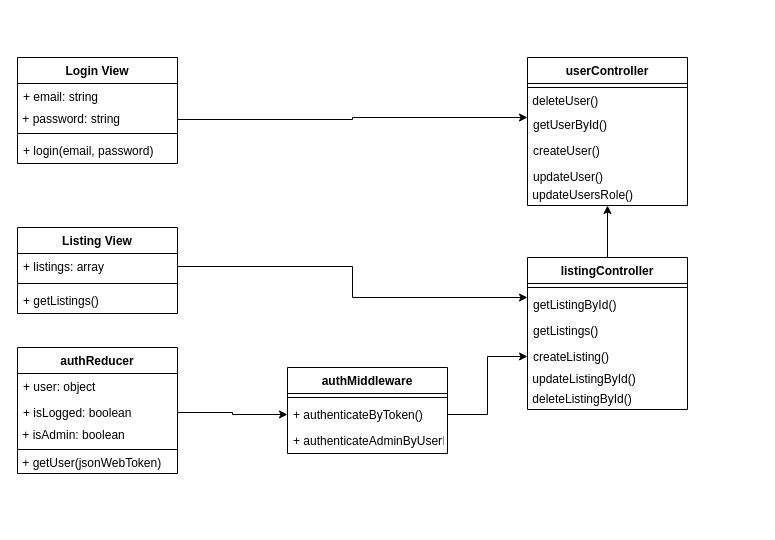
Earlier version of the draw.io diagram PSI_class_diagram.drawio (vortex200/tutor-finder-files). Source tidied: cells renumbered, new cells numbered last; positions are measured from the earlier drawing's top-left corner, leaving out a move shared by most shapes. Both pictures are drawn from the tidied source at 100%, with x=0, y=0 at pixel (17, 57).
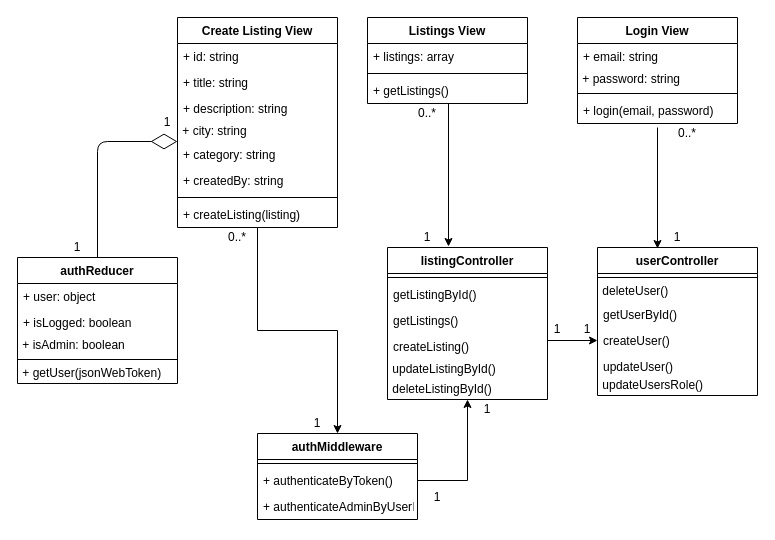
The same diagram, later.

Unchanged cells that the change refers to:
```xml
<mxCell id="4" value="&amp;nbsp;+ password: string" style="text;html=1;strokeColor=none;fillColor=none;align=left;verticalAlign=middle;whiteSpace=wrap;rounded=0;" parent="2" vertex="1">
  <mxGeometry y="52" width="160" height="20" as="geometry" />
</mxCell>
<mxCell id="8" value="+ listings: array" style="text;strokeColor=none;fillColor=none;align=left;verticalAlign=top;spacingLeft=4;spacingRight=4;overflow=hidden;points=[[0,0.5],[1,0.5]];portConstraint=eastwest;" parent="7" vertex="1">
  <mxGeometry y="26" width="160" height="26" as="geometry" />
</mxCell>
<mxCell id="10" value="+ getListings()" style="text;strokeColor=none;fillColor=none;align=left;verticalAlign=top;spacingLeft=4;spacingRight=4;overflow=hidden;points=[[0,0.5],[1,0.5]];portConstraint=eastwest;" parent="7" vertex="1">
  <mxGeometry y="60" width="160" height="26" as="geometry" />
</mxCell>
<mxCell id="13" value="+ isLogged: boolean" style="text;align=left;verticalAlign=top;spacingLeft=4;spacingRight=4;overflow=hidden;points=[[0,0.5],[1,0.5]];portConstraint=eastwest;rounded=0;shadow=0;html=0;" parent="11" vertex="1">
  <mxGeometry y="52" width="160" height="26" as="geometry" />
</mxCell>
<mxCell id="19" value="+ authenticateByToken()" style="text;strokeColor=none;fillColor=none;align=left;verticalAlign=top;spacingLeft=4;spacingRight=4;overflow=hidden;points=[[0,0.5],[1,0.5]];portConstraint=eastwest;" parent="17" vertex="1">
  <mxGeometry y="34" width="160" height="26" as="geometry" />
</mxCell>
<mxCell id="24" value="getUserById()" style="text;align=left;verticalAlign=top;spacingLeft=4;spacingRight=4;overflow=hidden;points=[[0,0.5],[1,0.5]];portConstraint=eastwest;" parent="21" vertex="1">
  <mxGeometry y="54" width="160" height="26" as="geometry" />
</mxCell>
<mxCell id="25" value="createUser()" style="text;align=left;verticalAlign=top;spacingLeft=4;spacingRight=4;overflow=hidden;points=[[0,0.5],[1,0.5]];portConstraint=eastwest;rounded=0;shadow=0;html=0;" parent="21" vertex="1">
  <mxGeometry y="80" width="160" height="26" as="geometry" />
</mxCell>
<mxCell id="27" value="&amp;nbsp;updateUsersRole()" style="text;html=1;strokeColor=none;fillColor=none;align=left;verticalAlign=middle;whiteSpace=wrap;rounded=0;" parent="21" vertex="1">
  <mxGeometry y="128" width="160" height="20" as="geometry" />
</mxCell>
<mxCell id="31" value="getListingById()" style="text;strokeColor=none;fillColor=none;align=left;verticalAlign=top;spacingLeft=4;spacingRight=4;overflow=hidden;points=[[0,0.5],[1,0.5]];portConstraint=eastwest;" parent="29" vertex="1">
  <mxGeometry y="34" width="160" height="26" as="geometry" />
</mxCell>
<mxCell id="33" value="createListing()" style="text;strokeColor=none;fillColor=none;align=left;verticalAlign=top;spacingLeft=4;spacingRight=4;overflow=hidden;points=[[0,0.5],[1,0.5]];portConstraint=eastwest;" parent="29" vertex="1">
  <mxGeometry y="86" width="160" height="26" as="geometry" />
</mxCell>
<mxCell id="35" value="&amp;nbsp;deleteListingById()" style="text;html=1;strokeColor=none;fillColor=none;align=left;verticalAlign=middle;whiteSpace=wrap;rounded=0;" parent="29" vertex="1">
  <mxGeometry y="132" width="160" height="20" as="geometry" />
</mxCell>
```

Change to the diagram source:
```diff
@@
     <mxCell id="2" value="Login View" style="swimlane;fontStyle=1;align=center;verticalAlign=top;horizontal=1;startSize=26;" parent="1" vertex="1">
-      <mxGeometry width="160" height="106" as="geometry" />
+      <mxGeometry x="560" y="-40" width="160" height="106" as="geometry" />
     </mxCell>
@@
-    <mxCell id="7" value="Listing View" style="swimlane;fontStyle=1;align=center;verticalAlign=top;horizontal=1;startSize=26;" parent="1" vertex="1">
-      <mxGeometry y="170" width="160" height="86" as="geometry" />
+    <mxCell id="7" value="Listings View" style="swimlane;fontStyle=1;align=center;verticalAlign=top;horizontal=1;startSize=26;" parent="1" vertex="1">
+      <mxGeometry x="350" y="-40" width="160" height="86" as="geometry" />
     </mxCell>
@@
     <mxCell id="11" value="authReducer" style="swimlane;fontStyle=1;align=center;verticalAlign=top;horizontal=1;startSize=26;" parent="1" vertex="1">
-      <mxGeometry y="290" width="160" height="126" as="geometry" />
+      <mxGeometry y="200" width="160" height="126" as="geometry" />
     </mxCell>
@@
     <mxCell id="17" value="authMiddleware" style="swimlane;fontStyle=1;align=center;verticalAlign=top;horizontal=1;startSize=26;" parent="1" vertex="1">
-      <mxGeometry x="270" y="310" width="160" height="86" as="geometry" />
+      <mxGeometry x="240" y="376" width="160" height="86" as="geometry" />
     </mxCell>
@@
     <mxCell id="21" value="userController" style="swimlane;fontStyle=1;align=center;verticalAlign=top;horizontal=1;startSize=26;" parent="1" vertex="1">
-      <mxGeometry x="510" width="160" height="148" as="geometry" />
+      <mxGeometry x="580" y="190" width="160" height="148" as="geometry" />
     </mxCell>
@@
-    <mxCell id="28" style="edgeStyle=orthogonalEdgeStyle;rounded=0;jettySize=auto;html=1;entryX=0.5;entryY=1;entryDx=0;entryDy=0;" parent="1" edge="1" source="29" target="27">
-      <mxGeometry relative="1" as="geometry" />
-    </mxCell>
     <mxCell id="29" value="listingController" style="swimlane;fontStyle=1;align=center;verticalAlign=top;horizontal=1;startSize=26;" parent="1" vertex="1">
-      <mxGeometry x="510" y="200" width="160" height="152" as="geometry" />
+      <mxGeometry x="370" y="190" width="160" height="152" as="geometry" />
     </mxCell>
@@
-    <mxCell id="36" style="edgeStyle=orthogonalEdgeStyle;rounded=0;jettySize=auto;html=1;entryX=0;entryY=0.231;entryDx=0;entryDy=0;entryPerimeter=0;" parent="1" edge="1" source="4" target="24">
-      <mxGeometry relative="1" as="geometry" />
+    <mxCell id="36" style="edgeStyle=orthogonalEdgeStyle;rounded=0;orthogonalLoop=1;jettySize=auto;html=1;" parent="1" edge="1">
+      <mxGeometry relative="1" as="geometry">
+        <mxPoint x="640" y="70" as="sourcePoint" />
+        <mxPoint x="640" y="191" as="targetPoint" />
+      </mxGeometry>
     </mxCell>
-    <mxCell id="37" style="edgeStyle=orthogonalEdgeStyle;rounded=0;jettySize=auto;html=1;entryX=0;entryY=0.231;entryDx=0;entryDy=0;entryPerimeter=0;" parent="1" edge="1" source="8" target="31">
-      <mxGeometry relative="1" as="geometry" />
+    <mxCell id="37" style="edgeStyle=orthogonalEdgeStyle;rounded=0;jettySize=auto;html=1;exitX=0.506;exitY=1;exitDx=0;exitDy=0;exitPerimeter=0;" parent="1" edge="1" source="10">
+      <mxGeometry relative="1" as="geometry">
+        <mxPoint x="431" y="189" as="targetPoint" />
+        <Array as="points">
+          <mxPoint x="431" y="189" />
+        </Array>
+      </mxGeometry>
     </mxCell>
-    <mxCell id="38" style="edgeStyle=orthogonalEdgeStyle;rounded=0;jettySize=auto;html=1;entryX=0;entryY=0.5;entryDx=0;entryDy=0;" parent="1" edge="1" source="13" target="19">
-      <mxGeometry relative="1" as="geometry" />
-    </mxCell>
-    <mxCell id="39" style="edgeStyle=orthogonalEdgeStyle;rounded=0;jettySize=auto;html=1;entryX=0;entryY=0.5;entryDx=0;entryDy=0;" parent="1" edge="1" source="19" target="33">
+    <mxCell id="39" style="edgeStyle=orthogonalEdgeStyle;rounded=0;jettySize=auto;html=1;entryX=0.5;entryY=1;entryDx=0;entryDy=0;" parent="1" edge="1" source="19" target="35">
       <mxGeometry relative="1" as="geometry" />
     </mxCell>
+    <mxCell id="40" style="edgeStyle=orthogonalEdgeStyle;rounded=0;jettySize=auto;html=1;" parent="1" edge="1" source="41" target="17">
+      <mxGeometry relative="1" as="geometry" />
+    </mxCell>
+    <mxCell id="41" value="Create Listing View" style="swimlane;fontStyle=1;align=center;verticalAlign=top;horizontal=1;startSize=26;" parent="1" vertex="1">
+      <mxGeometry x="160" y="-40" width="160" height="210" as="geometry" />
+    </mxCell>
+    <mxCell id="42" value="+ id: string" style="text;strokeColor=none;fillColor=none;align=left;verticalAlign=top;spacingLeft=4;spacingRight=4;overflow=hidden;" parent="41" vertex="1">
+      <mxGeometry y="26" width="160" height="26" as="geometry" />
+    </mxCell>
+    <mxCell id="43" value="+ title: string" style="text;align=left;verticalAlign=top;spacingLeft=4;spacingRight=4;overflow=hidden;" parent="41" vertex="1">
+      <mxGeometry y="52" width="160" height="26" as="geometry" />
+    </mxCell>
+    <mxCell id="44" value="+ description: string" style="text;align=left;verticalAlign=top;spacingLeft=4;spacingRight=4;overflow=hidden;rounded=0;shadow=0;html=0;" parent="41" vertex="1">
+      <mxGeometry y="78" width="160" height="26" as="geometry" />
+    </mxCell>
+    <mxCell id="45" value="&amp;nbsp;+ city: string" style="text;html=1;strokeColor=none;fillColor=none;align=left;verticalAlign=middle;whiteSpace=wrap;rounded=0;" parent="41" vertex="1">
+      <mxGeometry y="104" width="160" height="20" as="geometry" />
+    </mxCell>
+    <mxCell id="46" value="+ category: string" style="text;align=left;verticalAlign=top;spacingLeft=4;spacingRight=4;overflow=hidden;rounded=0;shadow=0;html=0;" parent="41" vertex="1">
+      <mxGeometry y="124" width="160" height="26" as="geometry" />
+    </mxCell>
+    <mxCell id="47" value="+ createdBy: string" style="text;align=left;verticalAlign=top;spacingLeft=4;spacingRight=4;overflow=hidden;rounded=0;shadow=0;html=0;" parent="41" vertex="1">
+      <mxGeometry y="150" width="160" height="26" as="geometry" />
+    </mxCell>
+    <mxCell id="48" style="line;strokeWidth=1;fillColor=none;align=left;verticalAlign=middle;spacingTop=-1;spacingLeft=3;spacingRight=3;labelPosition=right;" parent="41" vertex="1">
+      <mxGeometry y="176" width="160" height="8" as="geometry" />
+    </mxCell>
+    <mxCell id="49" value="+ createListing(listing)" style="text;strokeColor=none;fillColor=none;align=left;verticalAlign=top;spacingLeft=4;spacingRight=4;overflow=hidden;" parent="41" vertex="1">
+      <mxGeometry y="184" width="160" height="26" as="geometry" />
+    </mxCell>
+    <mxCell id="50" style="edgeStyle=orthogonalEdgeStyle;rounded=0;jettySize=auto;html=1;entryX=0;entryY=0.5;entryDx=0;entryDy=0;" parent="1" edge="1" source="33" target="25">
+      <mxGeometry relative="1" as="geometry">
+        <Array as="points">
+          <mxPoint x="510" y="283" />
+          <mxPoint x="510" y="283" />
+        </Array>
+      </mxGeometry>
+    </mxCell>
+    <mxCell id="51" value="1" style="text;html=1;strokeColor=none;fillColor=none;align=center;verticalAlign=middle;whiteSpace=wrap;rounded=0;" parent="1" vertex="1">
+      <mxGeometry x="130" y="55" width="40" height="20" as="geometry" />
+    </mxCell>
+    <mxCell id="52" value="1" style="text;html=1;strokeColor=none;fillColor=none;align=center;verticalAlign=middle;whiteSpace=wrap;rounded=0;" parent="1" vertex="1">
+      <mxGeometry x="450" y="342" width="40" height="20" as="geometry" />
+    </mxCell>
+    <mxCell id="53" value="0..*" style="text;html=1;strokeColor=none;fillColor=none;align=center;verticalAlign=middle;whiteSpace=wrap;rounded=0;" parent="1" vertex="1">
+      <mxGeometry x="200" y="170" width="40" height="20" as="geometry" />
+    </mxCell>
+    <mxCell id="54" value="1" style="text;html=1;strokeColor=none;fillColor=none;align=center;verticalAlign=middle;whiteSpace=wrap;rounded=0;" parent="1" vertex="1">
+      <mxGeometry x="40" y="180" width="40" height="20" as="geometry" />
+    </mxCell>
+    <mxCell id="55" value="1" style="text;html=1;strokeColor=none;fillColor=none;align=center;verticalAlign=middle;whiteSpace=wrap;rounded=0;" parent="1" vertex="1">
+      <mxGeometry x="400" y="430" width="40" height="20" as="geometry" />
+    </mxCell>
+    <mxCell id="56" value="1" style="text;html=1;strokeColor=none;fillColor=none;align=center;verticalAlign=middle;whiteSpace=wrap;rounded=0;" parent="1" vertex="1">
+      <mxGeometry x="280" y="356" width="40" height="20" as="geometry" />
+    </mxCell>
+    <mxCell id="57" value="0..*" style="text;html=1;strokeColor=none;fillColor=none;align=center;verticalAlign=middle;whiteSpace=wrap;rounded=0;" parent="1" vertex="1">
+      <mxGeometry x="390" y="46" width="40" height="20" as="geometry" />
+    </mxCell>
+    <mxCell id="58" value="1" style="text;html=1;strokeColor=none;fillColor=none;align=center;verticalAlign=middle;whiteSpace=wrap;rounded=0;" parent="1" vertex="1">
+      <mxGeometry x="390" y="170" width="40" height="20" as="geometry" />
+    </mxCell>
+    <mxCell id="59" value="1" style="text;html=1;strokeColor=none;fillColor=none;align=center;verticalAlign=middle;whiteSpace=wrap;rounded=0;" parent="1" vertex="1">
+      <mxGeometry x="520" y="262" width="40" height="20" as="geometry" />
+    </mxCell>
+    <mxCell id="60" value="1" style="text;html=1;strokeColor=none;fillColor=none;align=center;verticalAlign=middle;whiteSpace=wrap;rounded=0;" parent="1" vertex="1">
+      <mxGeometry x="550" y="262" width="40" height="20" as="geometry" />
+    </mxCell>
+    <mxCell id="61" value="1" style="text;html=1;strokeColor=none;fillColor=none;align=center;verticalAlign=middle;whiteSpace=wrap;rounded=0;" parent="1" vertex="1">
+      <mxGeometry x="640" y="170" width="40" height="20" as="geometry" />
+    </mxCell>
+    <mxCell id="62" value="0..*" style="text;html=1;strokeColor=none;fillColor=none;align=center;verticalAlign=middle;whiteSpace=wrap;rounded=0;" parent="1" vertex="1">
+      <mxGeometry x="650" y="66" width="40" height="20" as="geometry" />
+    </mxCell>
+    <mxCell id="63" style="endArrow=diamondThin;endFill=0;endSize=24;html=1;exitX=1;exitY=1;exitDx=0;exitDy=0;entryX=0;entryY=1;entryDx=0;entryDy=0;" parent="1" edge="1" source="54" target="45">
+      <mxGeometry relative="1" as="geometry">
+        <Array as="points">
+          <mxPoint x="80" y="84" />
+        </Array>
+      </mxGeometry>
+    </mxCell>
```
